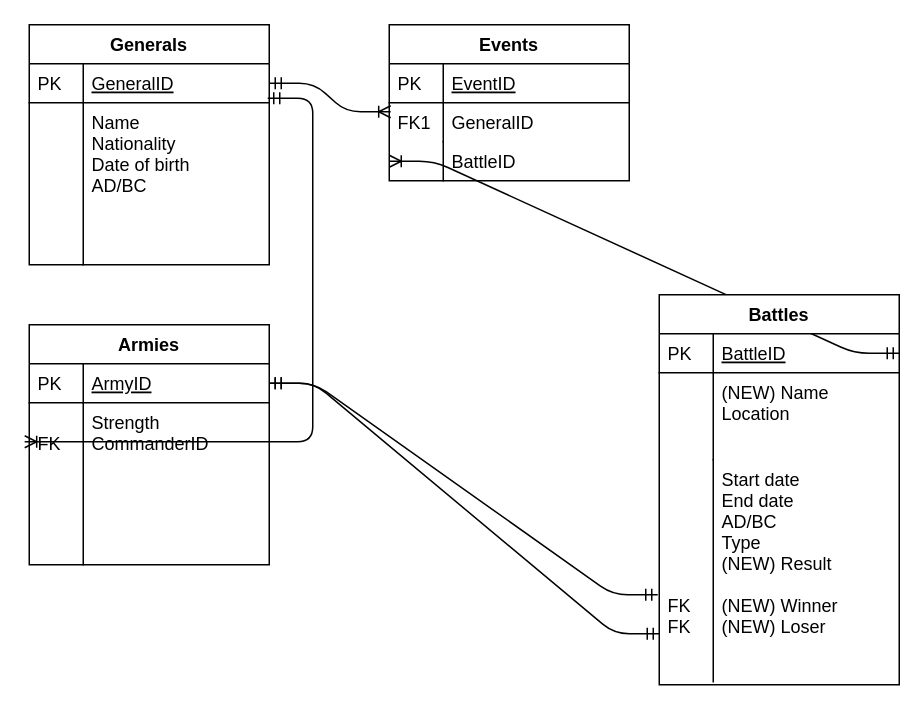
Above: ERDV2.drawio in Finn969/Project-SFIA-1 (draw.io), before the change. Source tidied: cells renumbered, new cells numbered last; positions are measured from the earlier drawing's top-left corner, leaving out a move shared by most shapes. Both pictures are drawn from the tidied source at 150%, with x=0, y=0 at pixel (28, 24).
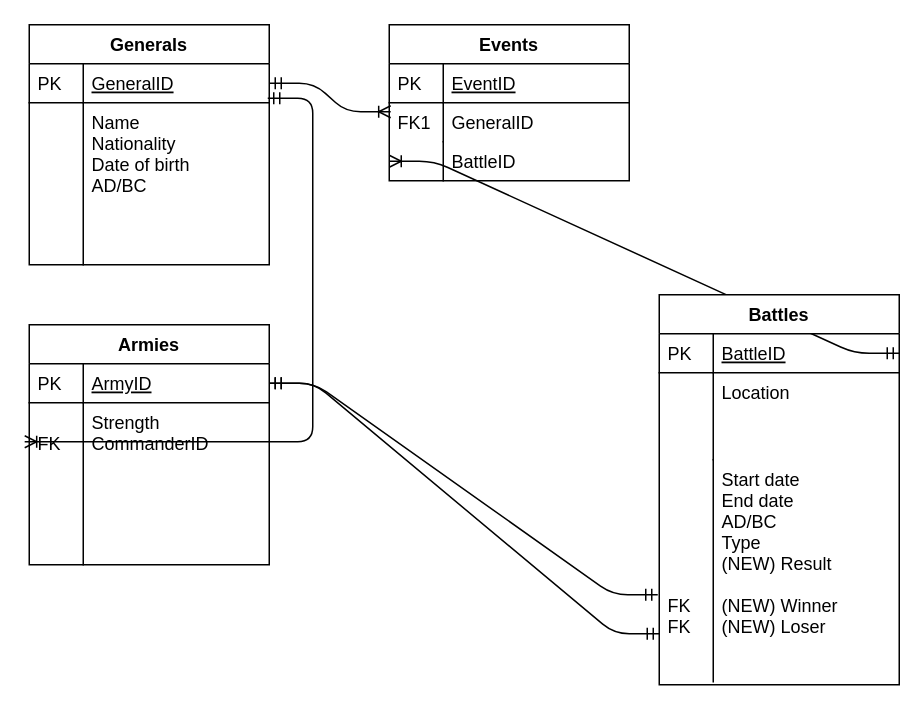
The same page after the edit.

Unchanged cells that the change refers to:
```xml
<mxCell id="23" value="Battles" style="swimlane;fontStyle=1;horizontal=1;startSize=26;rounded=0;shadow=0;strokeWidth=1;" parent="1" vertex="1">
  <mxGeometry x="420" y="180" width="160" height="260" as="geometry" />
</mxCell>
```

The edit, as a diff of the source:
```diff
@@
-    <mxCell id="26" value="(NEW) Name&#10;Location" style="shape=partialRectangle;top=0;left=0;right=0;bottom=0;align=left;verticalAlign=top;fillColor=none;spacingLeft=40;spacingRight=4;overflow=hidden;rounded=0;shadow=0;strokeWidth=1;" parent="23" vertex="1">
+    <mxCell id="26" value="Location" style="shape=partialRectangle;top=0;left=0;right=0;bottom=0;align=left;verticalAlign=top;fillColor=none;spacingLeft=40;spacingRight=4;overflow=hidden;rounded=0;shadow=0;strokeWidth=1;" parent="23" vertex="1">
       <mxGeometry y="52" width="160" height="58" as="geometry" />
     </mxCell>
```
